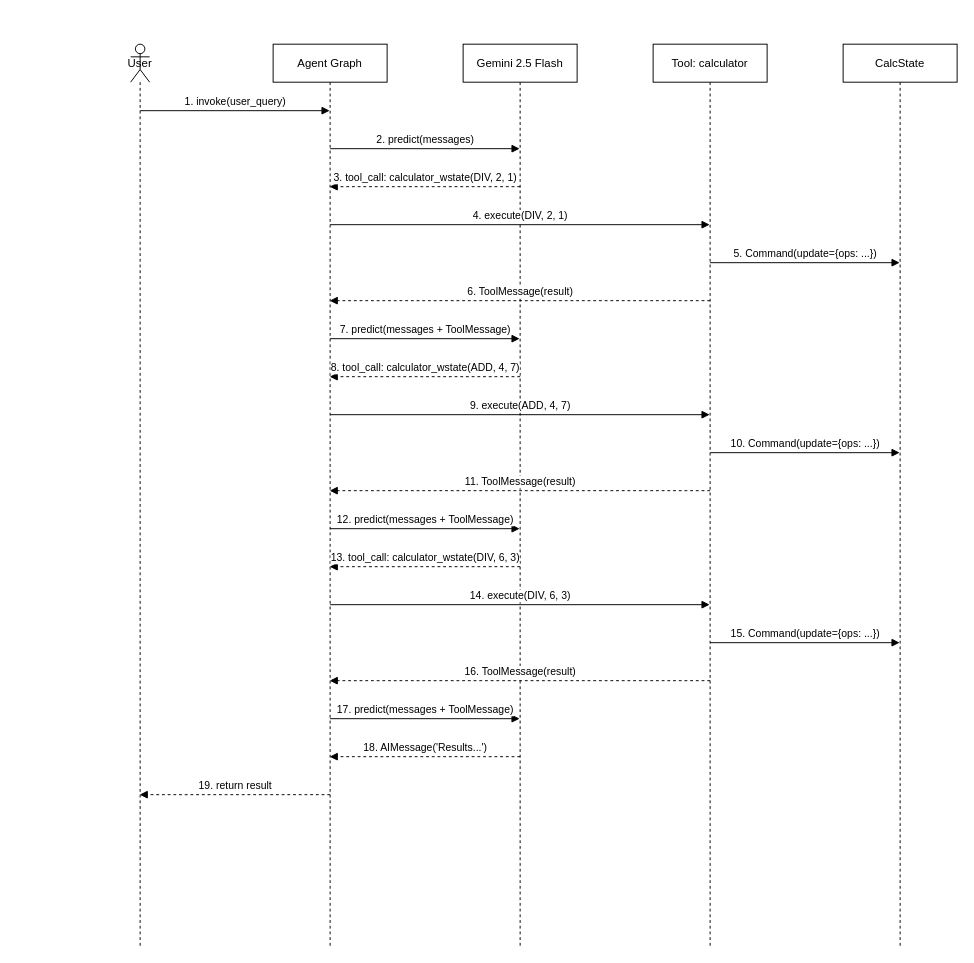
Before: page "Agent Sequence" (1 of 2) of learned_stuff/0_create_agent.drawio in nits1991/langgraph_deep_agents, a draw.io diagram. Source tidied: cells renumbered, new cells numbered last; positions are measured from the earlier drawing's top-left corner, leaving out a move shared by most shapes. Both pictures are drawn from the tidied source at 95%, with x=0, y=0 at pixel (130, 44).
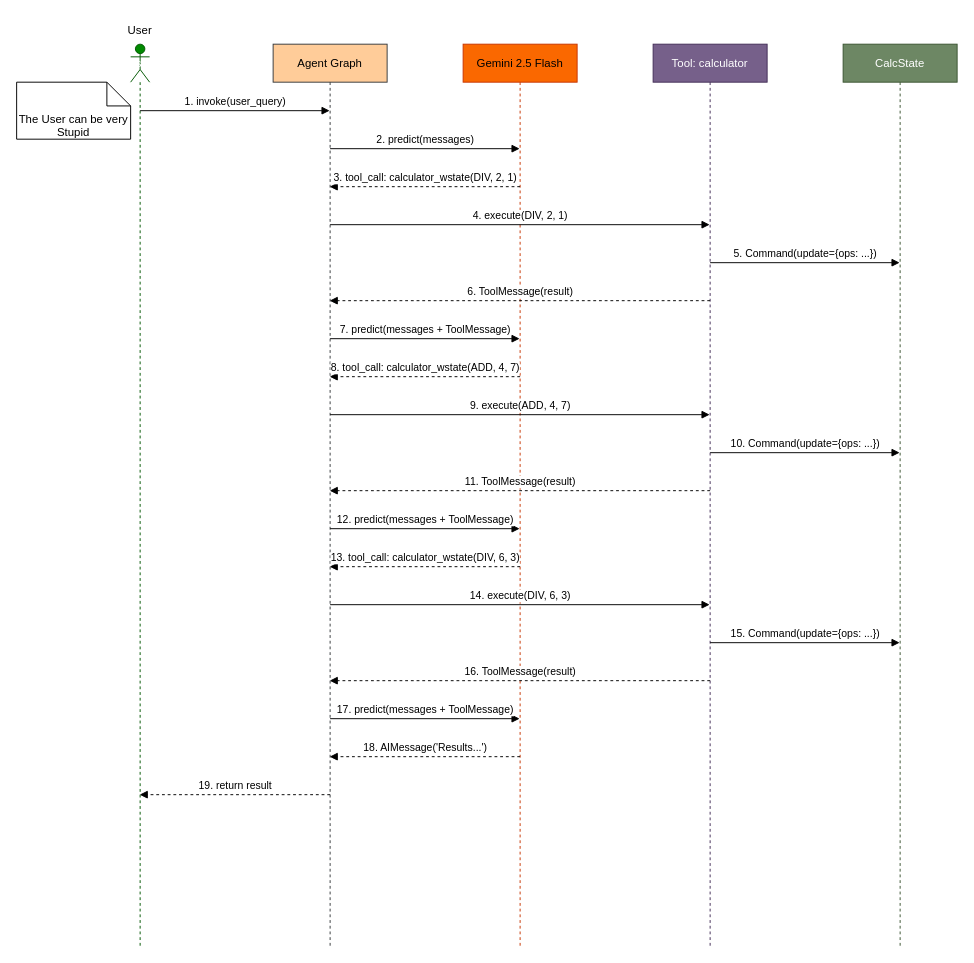
After the change.

What changed in the source:
```diff
@@
-    <mxCell id="2" value="User" style="shape=umlLifeline;perimeter=lifelinePerimeter;whiteSpace=wrap;html=1;outlineConnect=0;portConstraint=eastwest;newEdgeStyle={&quot;curved&quot;:0,&quot;rounded&quot;:0};participant=umlActor;" parent="1" vertex="1">
-      <mxGeometry width="20" height="950" as="geometry" />
-    </mxCell>
+    <mxCell id="26" value="User" style="shape=umlLifeline;perimeter=lifelinePerimeter;whiteSpace=wrap;html=1;outlineConnect=0;portConstraint=eastwest;newEdgeStyle={&quot;curved&quot;:0,&quot;rounded&quot;:0};participant=umlActor;fillColor=#008a00;fontColor=#ffffff;strokeColor=#005700;" parent="1" vertex="1">
+      <mxGeometry width="20" height="950" as="geometry" />
+    </mxCell>
-    <mxCell id="3" value="Agent Graph" style="shape=umlLifeline;perimeter=lifelinePerimeter;whiteSpace=wrap;html=1;outlineConnect=0;portConstraint=eastwest;newEdgeStyle={&quot;curved&quot;:0,&quot;rounded&quot;:0};" parent="1" vertex="1">
+    <mxCell id="3" value="Agent Graph" style="shape=umlLifeline;perimeter=lifelinePerimeter;whiteSpace=wrap;html=1;outlineConnect=0;portConstraint=eastwest;newEdgeStyle={&quot;curved&quot;:0,&quot;rounded&quot;:0};fillColor=#ffcc99;strokeColor=#36393d;" parent="1" vertex="1">
       <mxGeometry x="150" width="120" height="950" as="geometry" />
     </mxCell>
-    <mxCell id="4" value="Gemini 2.5 Flash" style="shape=umlLifeline;perimeter=lifelinePerimeter;whiteSpace=wrap;html=1;outlineConnect=0;portConstraint=eastwest;newEdgeStyle={&quot;curved&quot;:0,&quot;rounded&quot;:0};" parent="1" vertex="1">
+    <mxCell id="4" value="Gemini 2.5 Flash" style="shape=umlLifeline;perimeter=lifelinePerimeter;whiteSpace=wrap;html=1;outlineConnect=0;portConstraint=eastwest;newEdgeStyle={&quot;curved&quot;:0,&quot;rounded&quot;:0};fillColor=#fa6800;fontColor=#000000;strokeColor=#C73500;" parent="1" vertex="1">
       <mxGeometry x="350" width="120" height="950" as="geometry" />
     </mxCell>
-    <mxCell id="5" value="Tool: calculator" style="shape=umlLifeline;perimeter=lifelinePerimeter;whiteSpace=wrap;html=1;outlineConnect=0;portConstraint=eastwest;newEdgeStyle={&quot;curved&quot;:0,&quot;rounded&quot;:0};" parent="1" vertex="1">
+    <mxCell id="5" value="Tool: calculator" style="shape=umlLifeline;perimeter=lifelinePerimeter;whiteSpace=wrap;html=1;outlineConnect=0;portConstraint=eastwest;newEdgeStyle={&quot;curved&quot;:0,&quot;rounded&quot;:0};fillColor=#76608a;fontColor=#ffffff;strokeColor=#432D57;" parent="1" vertex="1">
       <mxGeometry x="550" width="120" height="950" as="geometry" />
     </mxCell>
-    <mxCell id="6" value="CalcState" style="shape=umlLifeline;perimeter=lifelinePerimeter;whiteSpace=wrap;html=1;outlineConnect=0;portConstraint=eastwest;newEdgeStyle={&quot;curved&quot;:0,&quot;rounded&quot;:0};" parent="1" vertex="1">
+    <mxCell id="6" value="CalcState" style="shape=umlLifeline;perimeter=lifelinePerimeter;whiteSpace=wrap;html=1;outlineConnect=0;portConstraint=eastwest;newEdgeStyle={&quot;curved&quot;:0,&quot;rounded&quot;:0};fillColor=#6d8764;fontColor=#ffffff;strokeColor=#3A5431;" parent="1" vertex="1">
       <mxGeometry x="750" width="120" height="950" as="geometry" />
     </mxCell>
@@
-    <mxCell id="25" value="19. return result" style="html=1;verticalAlign=bottom;endArrow=block;rounded=0;startArrow=none;startFill=0;dashed=1;" parent="1" edge="1" target="2">
+    <mxCell id="25" value="19. return result" style="html=1;verticalAlign=bottom;endArrow=block;rounded=0;startArrow=none;startFill=0;dashed=1;" parent="1" edge="1" target="26">
       <mxGeometry relative="1" as="geometry">
         <mxPoint x="210" y="790" as="sourcePoint" />
       </mxGeometry>
     </mxCell>
+    <mxCell id="27" value="User" style="text;html=1;whiteSpace=wrap;strokeColor=none;fillColor=none;align=center;verticalAlign=middle;rounded=0;" parent="1" vertex="1">
+      <mxGeometry x="-20" y="-29" width="60" height="30" as="geometry" />
+    </mxCell>
+    <mxCell id="28" value="The User can be very Stupid&lt;div&gt;&lt;br&gt;&lt;/div&gt;" style="shape=note2;boundedLbl=1;whiteSpace=wrap;html=1;size=25;verticalAlign=top;align=center;" parent="1" vertex="1">
+      <mxGeometry x="-120" y="40" width="120" height="60" as="geometry" />
+    </mxCell>
```
